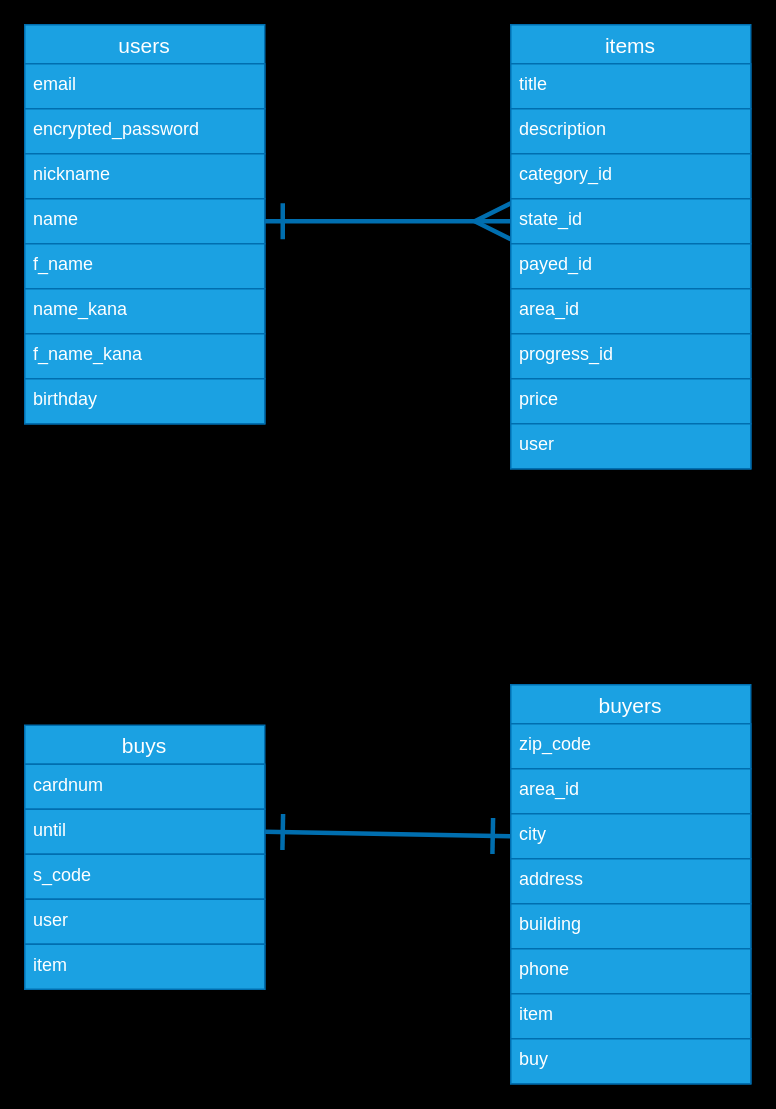
kohei0517/furima-39186 keeps this draw.io diagram as ER.dio. Above is the earlier version. Source tidied: cells renumbered, new cells numbered last; positions are measured from the earlier drawing's top-left corner, leaving out a move shared by most shapes. Both pictures are drawn from the tidied source at 150%, with x=0, y=0 at pixel (24, 24).
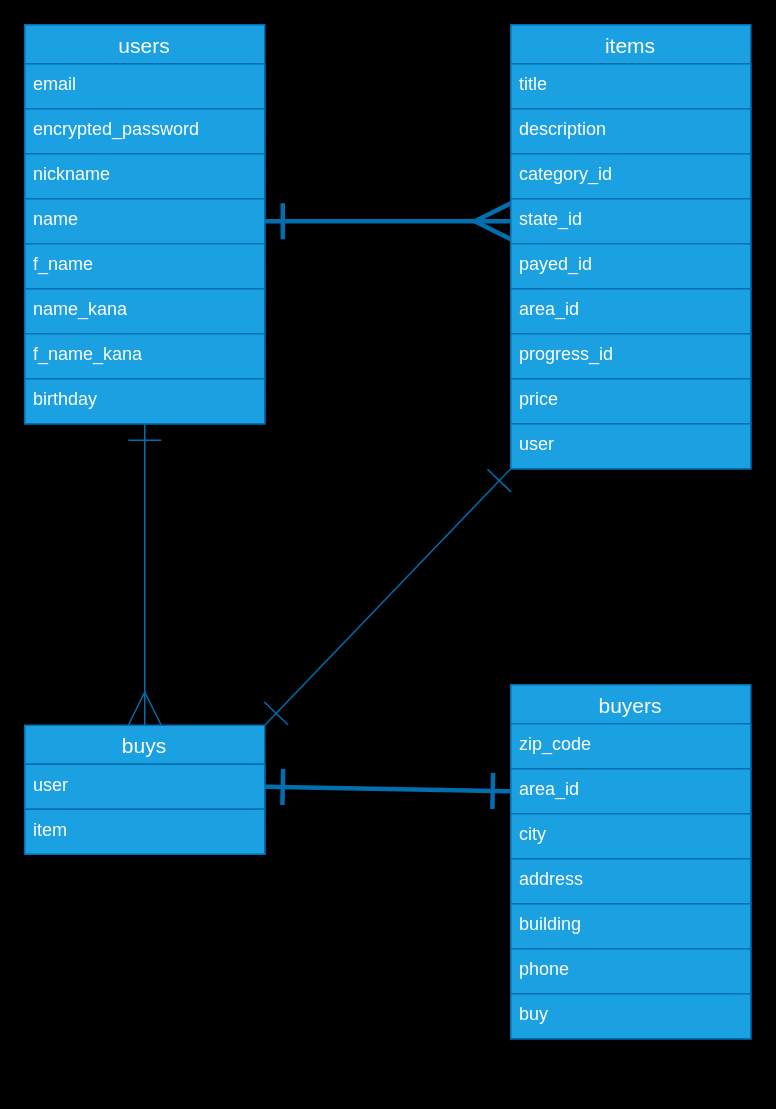
The same page after the edit.

Unchanged cells that the change refers to:
```xml
<mxCell id="4" value="users" style="swimlane;fontStyle=0;horizontal=1;startSize=26;align=center;fontSize=14;fillColor=#1ba1e2;strokeColor=#006EAF;fillStyle=solid;fontColor=#ffffff;" parent="1" vertex="1">
  <mxGeometry width="160" height="266" as="geometry" />
</mxCell>
<mxCell id="15" value="items" style="swimlane;fontStyle=0;horizontal=1;startSize=26;align=center;fontSize=14;fillColor=#1ba1e2;strokeColor=#006EAF;fontColor=#ffffff;" parent="1" vertex="1">
  <mxGeometry x="324" width="160" height="296" as="geometry" />
</mxCell>
<mxCell id="34" value="area_id" style="text;strokeColor=#006EAF;fillColor=#1ba1e2;spacingLeft=4;spacingRight=4;overflow=hidden;points=[[0,0.5],[1,0.5]];portConstraint=eastwest;fontSize=12;fontColor=#ffffff;" parent="32" vertex="1">
  <mxGeometry y="56" width="160" height="30" as="geometry" />
</mxCell>
<mxCell id="35" value="city" style="text;strokeColor=#006EAF;fillColor=#1ba1e2;spacingLeft=4;spacingRight=4;overflow=hidden;points=[[0,0.5],[1,0.5]];portConstraint=eastwest;fontSize=12;fontColor=#ffffff;" parent="32" vertex="1">
  <mxGeometry y="86" width="160" height="30" as="geometry" />
</mxCell>
```

What changed in the source:
```diff
@@
-    <mxCell id="3" style="edgeStyle=none;html=1;entryX=0.5;entryY=0;entryDx=0;entryDy=0;endArrow=ERmany;endFill=0;startArrow=ERone;startFill=0;endSize=20;startSize=20;" parent="1" edge="1" source="4" target="26">
+    <mxCell id="3" style="edgeStyle=none;html=1;entryX=0.5;entryY=0;entryDx=0;entryDy=0;endArrow=ERmany;endFill=0;startArrow=ERone;startFill=0;endSize=20;startSize=20;fillColor=#1ba1e2;strokeColor=#006EAF;" parent="1" edge="1" source="4" target="26">
       <mxGeometry relative="1" as="geometry" />
     </mxCell>
@@
-    <mxCell id="13" style="edgeStyle=none;html=1;exitX=0;exitY=1;exitDx=0;exitDy=0;entryX=1;entryY=0;entryDx=0;entryDy=0;endArrow=ERone;endFill=0;startArrow=ERone;startFill=0;endSize=20;startSize=20;" parent="1" edge="1" source="15" target="26">
+    <mxCell id="13" style="edgeStyle=none;html=1;exitX=0;exitY=1;exitDx=0;exitDy=0;entryX=1;entryY=0;entryDx=0;entryDy=0;endArrow=ERone;endFill=0;startArrow=ERone;startFill=0;endSize=20;startSize=20;fillColor=#1ba1e2;strokeColor=#006EAF;" parent="1" edge="1" source="15" target="26">
       <mxGeometry relative="1" as="geometry" />
     </mxCell>
-    <mxCell id="14" style="edgeStyle=none;html=1;startArrow=ERone;startFill=0;endArrow=ERone;endFill=0;startSize=20;endSize=20;" parent="1" edge="1" source="15" target="32">
-      <mxGeometry relative="1" as="geometry" />
-    </mxCell>
@@
-    <mxCell id="25" style="edgeStyle=none;html=1;endArrow=ERone;endFill=0;startArrow=ERone;startFill=0;endSize=20;startSize=20;strokeWidth=3;entryX=0;entryY=0.5;entryDx=0;entryDy=0;exitX=1;exitY=0.5;exitDx=0;exitDy=0;fillColor=#1ba1e2;strokeColor=#006EAF;" parent="1" edge="1" source="28" target="35">
-      <mxGeometry relative="1" as="geometry" />
+    <mxCell id="25" style="edgeStyle=none;html=1;endArrow=ERone;endFill=0;startArrow=ERone;startFill=0;endSize=20;startSize=20;strokeWidth=3;entryX=0;entryY=0.5;entryDx=0;entryDy=0;exitX=1;exitY=0.5;exitDx=0;exitDy=0;fillColor=#1ba1e2;strokeColor=#006EAF;" parent="1" edge="1" target="34">
+      <mxGeometry relative="1" as="geometry">
+        <mxPoint x="160" y="508" as="sourcePoint" />
+      </mxGeometry>
     </mxCell>
     <mxCell id="26" value="buys" style="swimlane;fontStyle=0;horizontal=1;startSize=26;align=center;fontSize=14;fillColor=#1ba1e2;strokeColor=#006EAF;fontColor=#ffffff;" parent="1" vertex="1">
-      <mxGeometry y="467" width="160" height="176" as="geometry" />
+      <mxGeometry y="467" width="160" height="86" as="geometry" />
     </mxCell>
-    <mxCell id="27" value="cardnum" style="text;strokeColor=#006EAF;fillColor=#1ba1e2;spacingLeft=4;spacingRight=4;overflow=hidden;fontSize=12;fontColor=#ffffff;" parent="26" vertex="1">
-      <mxGeometry y="26" width="160" height="30" as="geometry" />
-    </mxCell>
-    <mxCell id="28" value="until" style="text;strokeColor=#006EAF;fillColor=#1ba1e2;spacingLeft=4;spacingRight=4;overflow=hidden;points=[[0,0.5],[1,0.5]];portConstraint=eastwest;fontSize=12;fontColor=#ffffff;" parent="26" vertex="1">
-      <mxGeometry y="56" width="160" height="30" as="geometry" />
-    </mxCell>
-    <mxCell id="29" value="s_code" style="text;strokeColor=#006EAF;fillColor=#1ba1e2;spacingLeft=4;spacingRight=4;overflow=hidden;fontSize=12;fontColor=#ffffff;" parent="26" vertex="1">
-      <mxGeometry y="86" width="160" height="30" as="geometry" />
-    </mxCell>
     <mxCell id="30" value="user" style="text;strokeColor=#006EAF;fillColor=#1ba1e2;spacingLeft=4;spacingRight=4;overflow=hidden;fontSize=12;fontColor=#ffffff;" parent="26" vertex="1">
-      <mxGeometry y="116" width="160" height="30" as="geometry" />
+      <mxGeometry y="26" width="160" height="30" as="geometry" />
     </mxCell>
     <mxCell id="31" value="item" style="text;strokeColor=#006EAF;fillColor=#1ba1e2;spacingLeft=4;spacingRight=4;overflow=hidden;fontSize=12;fontColor=#ffffff;" parent="26" vertex="1">
-      <mxGeometry y="146" width="160" height="30" as="geometry" />
+      <mxGeometry y="56" width="160" height="30" as="geometry" />
     </mxCell>
     <mxCell id="32" value="buyers" style="swimlane;fontStyle=0;horizontal=1;startSize=26;align=center;fontSize=14;fillColor=#1ba1e2;strokeColor=#006EAF;fontColor=#ffffff;" parent="1" vertex="1">
-      <mxGeometry x="324" y="440" width="160" height="266" as="geometry" />
+      <mxGeometry x="324" y="440" width="160" height="236" as="geometry" />
     </mxCell>
@@
-    <mxCell id="39" value="item" style="text;strokeColor=#006EAF;fillColor=#1ba1e2;spacingLeft=4;spacingRight=4;overflow=hidden;fontSize=12;fontColor=#ffffff;" parent="32" vertex="1">
-      <mxGeometry y="206" width="160" height="30" as="geometry" />
-    </mxCell>
     <mxCell id="40" value="buy" style="text;strokeColor=#006EAF;fillColor=#1ba1e2;spacingLeft=4;spacingRight=4;overflow=hidden;fontSize=12;fontColor=#ffffff;" parent="32" vertex="1">
-      <mxGeometry y="236" width="160" height="30" as="geometry" />
+      <mxGeometry y="206" width="160" height="30" as="geometry" />
     </mxCell>
```
